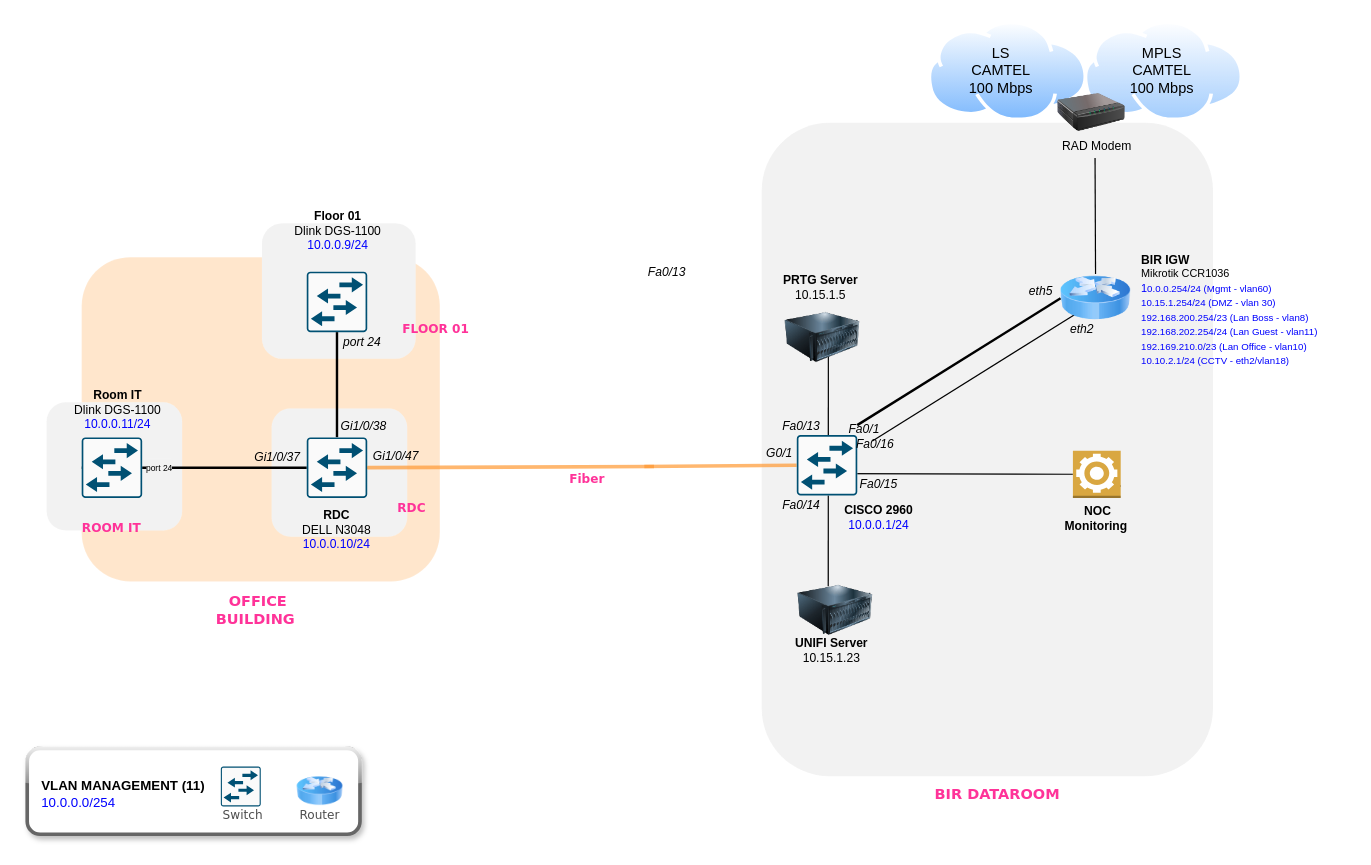
This is DPC Network Diagram.drawio from tetndoh/eshop, a draw.io file, before an edit. Source tidied: cells renumbered, new cells numbered last; positions are measured from the earlier drawing's top-left corner, leaving out a move shared by most shapes. Both pictures are drawn from the tidied source at 121%, with x=0, y=0 at pixel (27, 21).
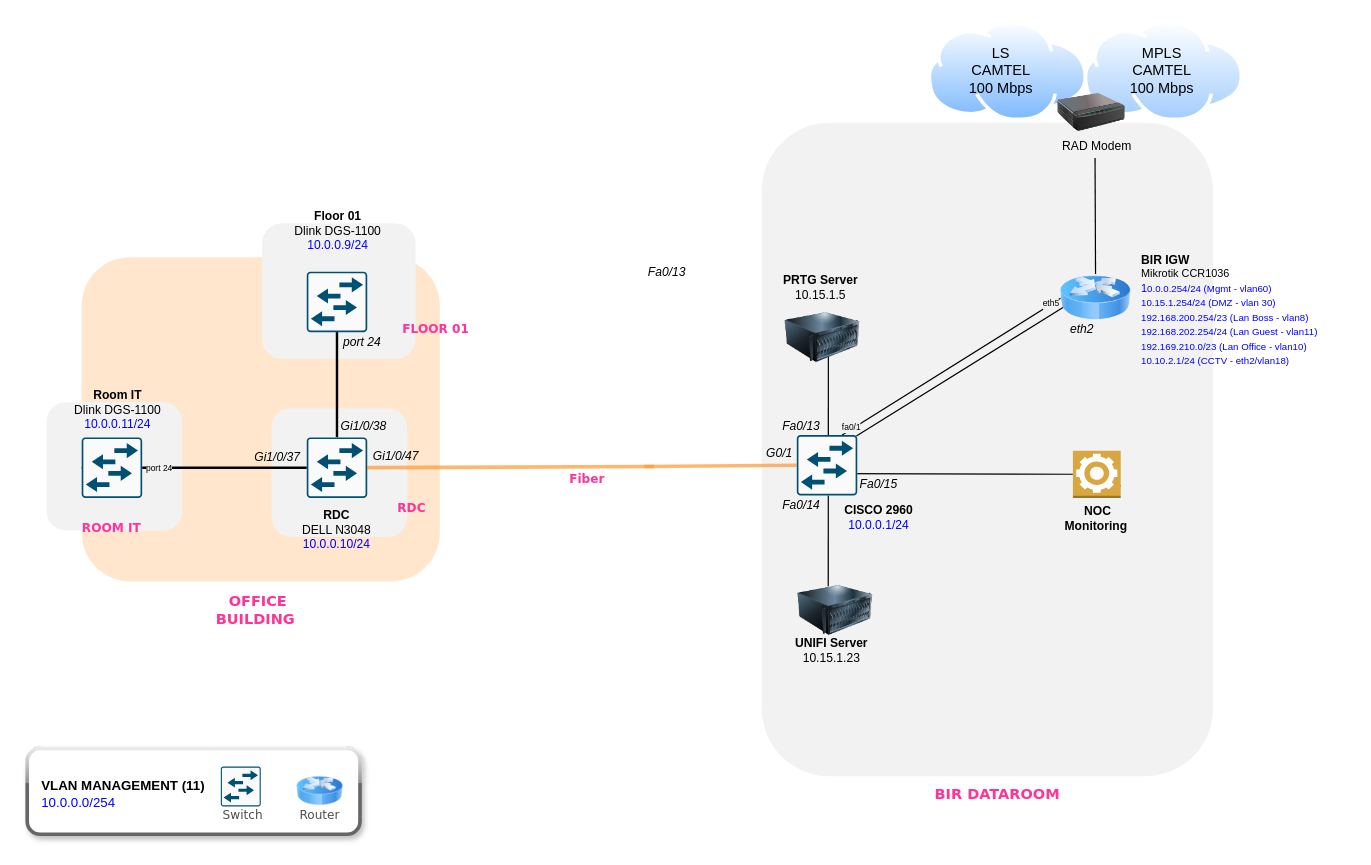
Above is the later version.

Commit message (it also covers changes not shown here):
Mettre à jour DPC Network Diagram.drawio

The change refers to these unchanged cells:
```xml
<mxCell id="58" style="points=[[0.015,0.015,0],[0.985,0.015,0],[0.985,0.985,0],[0.015,0.985,0],[0.25,0,0],[0.5,0,0],[0.75,0,0],[1,0.25,0],[1,0.5,0],[1,0.75,0],[0.75,1,0],[0.5,1,0],[0.25,1,0],[0,0.75,0],[0,0.5,0],[0,0.25,0]];verticalLabelPosition=bottom;html=1;verticalAlign=top;align=center;shape=mxgraph.cisco19.rect;prIcon=workgroup_switch;fillColor=#FAFAFA;strokeColor=#005073;rounded=1;" parent="1" vertex="1">
  <mxGeometry x="636" y="342" width="50" height="50" as="geometry" />
</mxCell>
<mxCell id="63" style="image;html=1;image=img/lib/clip_art/networking/Router_Icon_128x128.png;rounded=1;" parent="1" vertex="1">
  <mxGeometry x="854" y="209" width="58" height="40" as="geometry" />
</mxCell>
```

The edit, as a diff of the source:
```diff
@@
-    <mxCell id="27" value="&lt;i&gt;eth5&lt;br&gt;&lt;/i&gt;" style="text;strokeColor=none;align=center;fillColor=none;html=1;verticalAlign=middle;whiteSpace=wrap;rounded=1;fontSize=10;" parent="1" vertex="1">
-      <mxGeometry x="815" y="215.5" width="46" height="15" as="geometry" />
-    </mxCell>
@@
-    <mxCell id="49" style="edgeStyle=none;rounded=1;jettySize=auto;html=1;endArrow=none;endFill=0;exitX=0.38;exitY=0.322;exitDx=0;exitDy=0;exitPerimeter=0;entryX=0;entryY=0.5;entryDx=0;entryDy=0;strokeWidth=2;" parent="1" edge="1" source="59" target="63">
+    <mxCell id="49" style="edgeStyle=none;rounded=1;jettySize=auto;html=1;endArrow=none;endFill=0;exitX=0.75;exitY=0;exitDx=0;exitDy=0;entryX=0;entryY=0.5;entryDx=0;entryDy=0;strokeWidth=1;exitPerimeter=0;" parent="1" edge="1" source="58" target="63">
       <mxGeometry relative="1" as="geometry" />
     </mxCell>
+    <mxCell id="65" value="fa0/1" style="edgeLabel;html=1;align=center;verticalAlign=middle;fontSize=7;labelBackgroundColor=#F2F2F2;" parent="49" vertex="1">
+      <mxGeometry x="-0.87" relative="1" as="geometry">
+        <mxPoint x="-5" y="1" as="offset" />
+      </mxGeometry>
+    </mxCell>
+    <mxCell id="27" value="eth5" style="edgeLabel;html=1;align=center;verticalAlign=middle;labelBackgroundColor=#F2F2F2;fontSize=7;" parent="49" vertex="1">
+      <mxGeometry x="0.91" y="1" relative="1" as="geometry" />
+    </mxCell>
@@
-    <mxCell id="59" value="&lt;i&gt;Fa0/1&lt;br&gt;&lt;/i&gt;" style="text;strokeColor=none;align=center;fillColor=none;html=1;verticalAlign=middle;whiteSpace=wrap;rounded=1;fontSize=10;" parent="1" vertex="1">
-      <mxGeometry x="668.5" y="329" width="46" height="15" as="geometry" />
-    </mxCell>
-    <mxCell id="60" value="&lt;i&gt;Fa0/16&lt;br&gt;&lt;/i&gt;" style="text;strokeColor=none;align=center;fillColor=none;html=1;verticalAlign=middle;whiteSpace=wrap;rounded=1;fontSize=10;" parent="1" vertex="1">
-      <mxGeometry x="678" y="341" width="46" height="15" as="geometry" />
-    </mxCell>
-    <mxCell id="61" style="edgeStyle=none;rounded=1;orthogonalLoop=1;jettySize=auto;html=1;endArrow=none;endFill=0;exitX=0.38;exitY=0.322;exitDx=0;exitDy=0;exitPerimeter=0;entryX=0;entryY=0.5;entryDx=0;entryDy=0;" parent="1" edge="1">
-      <mxGeometry relative="1" as="geometry">
-        <mxPoint x="698.5" y="347" as="sourcePoint" />
-        <mxPoint x="866.5" y="242" as="targetPoint" />
-      </mxGeometry>
+    <mxCell id="61" style="edgeStyle=none;rounded=1;jettySize=auto;html=1;endArrow=none;endFill=0;exitX=0.985;exitY=0.015;exitDx=0;exitDy=0;exitPerimeter=0;entryX=0.091;entryY=0.641;entryDx=0;entryDy=0;entryPerimeter=0;" parent="1" edge="1" source="58" target="63">
+      <mxGeometry relative="1" as="geometry" />
     </mxCell>
```
